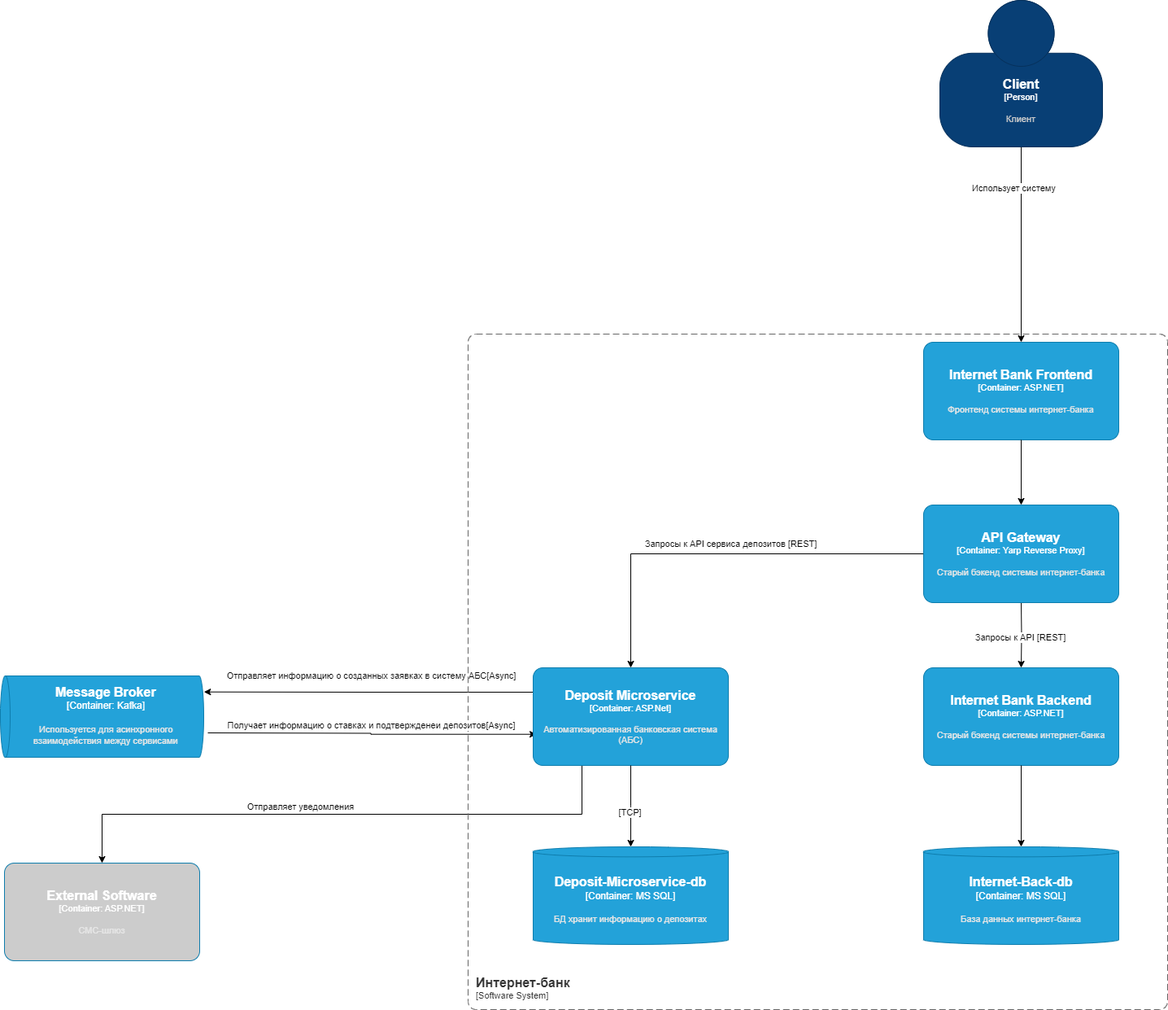
The draw.io diagram Task3/InternetBank_Container_Diagram.drawio.png in noisegrind3r/architecture-sprint-9, before a commit. Source tidied: cells renumbered, new cells last; positions are measured from the earlier drawing's top-left corner, leaving out a move shared by most shapes.
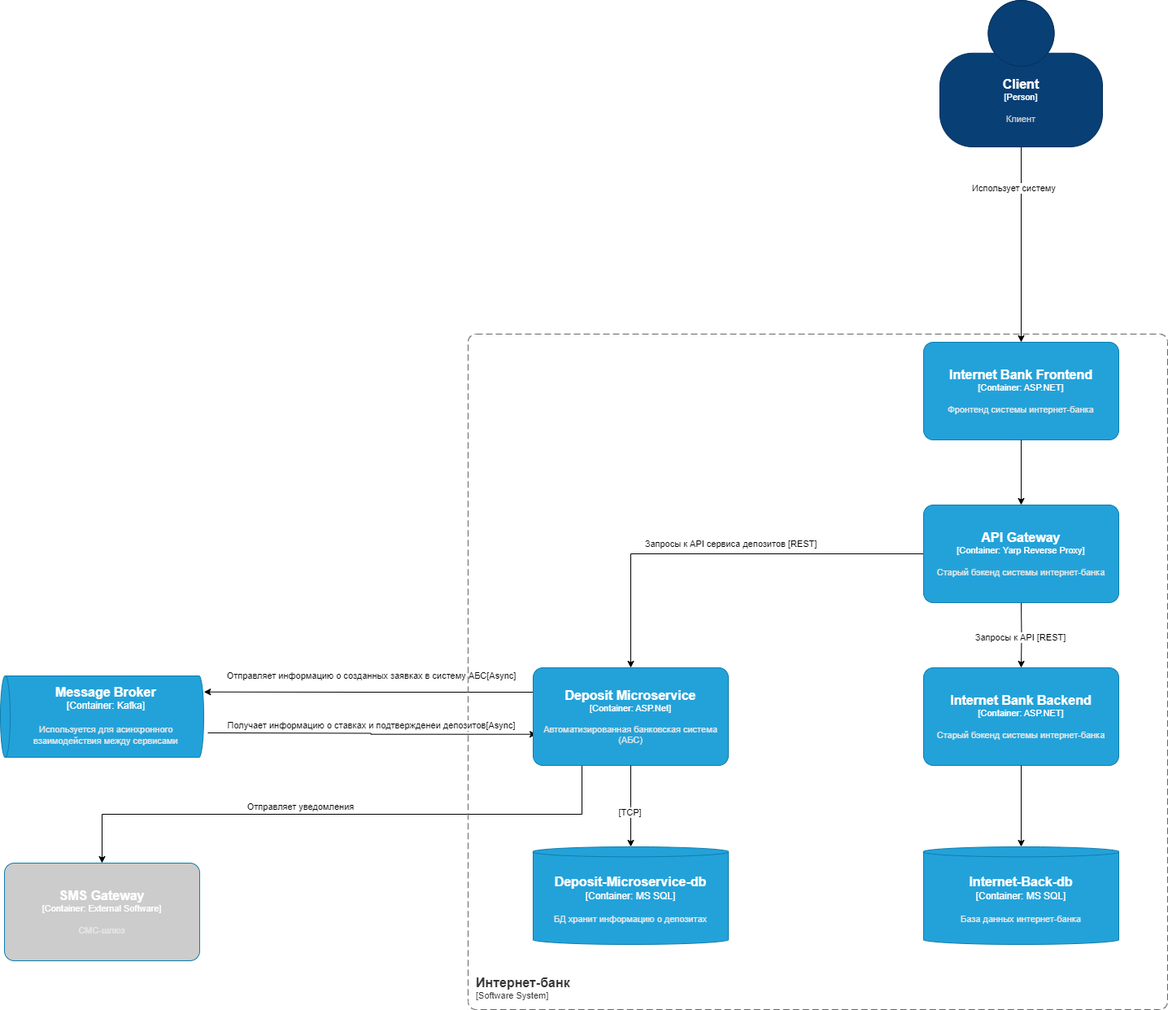
Above is the later version.

Change to the diagram source:
```diff
@@ -114,7 +114,7 @@
     <mxCell id="26" value="Получает информацию о ставках и подтвержденеи депозитов[Async]" style="edgeLabel;html=1;align=center;verticalAlign=middle;" parent="1" vertex="1">
       <mxGeometry x="450" y="890" as="geometry" />
     </mxCell>
-    <object id="27" label="&lt;font style=&quot;font-size: 16px&quot;&gt;&lt;b&gt;%c4Name%&lt;/b&gt;&lt;/font&gt;&lt;div&gt;[%c4Type%: %c4Technology%]&lt;/div&gt;&lt;br&gt;&lt;div&gt;&lt;font style=&quot;font-size: 11px&quot;&gt;&lt;font color=&quot;#E6E6E6&quot;&gt;%c4Description%&lt;/font&gt;&lt;/div&gt;" c4Description="СМС-шлюз" c4Name="External Software" c4Technology="ASP.NET" c4Type="Container" placeholders="1">
+    <object id="27" label="&lt;font style=&quot;font-size: 16px&quot;&gt;&lt;b&gt;%c4Name%&lt;/b&gt;&lt;/font&gt;&lt;div&gt;[%c4Type%: %c4Technology%]&lt;/div&gt;&lt;br&gt;&lt;div&gt;&lt;font style=&quot;font-size: 11px&quot;&gt;&lt;font color=&quot;#E6E6E6&quot;&gt;%c4Description%&lt;/font&gt;&lt;/div&gt;" c4Description="СМС-шлюз" c4Name="SMS Gateway" c4Technology="External Software" c4Type="Container" placeholders="1">
       <mxCell style="rounded=1;whiteSpace=wrap;html=1;fontSize=11;labelBackgroundColor=none;fillColor=#CCCCCC;fontColor=#ffffff;align=center;arcSize=10;strokeColor=#0E7DAD;points=[[0.25,0,0],[0.5,0,0],[0.75,0,0],[1,0.25,0],[1,0.5,0],[1,0.75,0],[0.75,1,0],[0.5,1,0],[0.25,1,0],[0,0.75,0],[0,0.5,0],[0,0.25,0]];" parent="1" vertex="1">
         <mxGeometry y="1060" width="240" height="120" as="geometry" />
       </mxCell>
```
